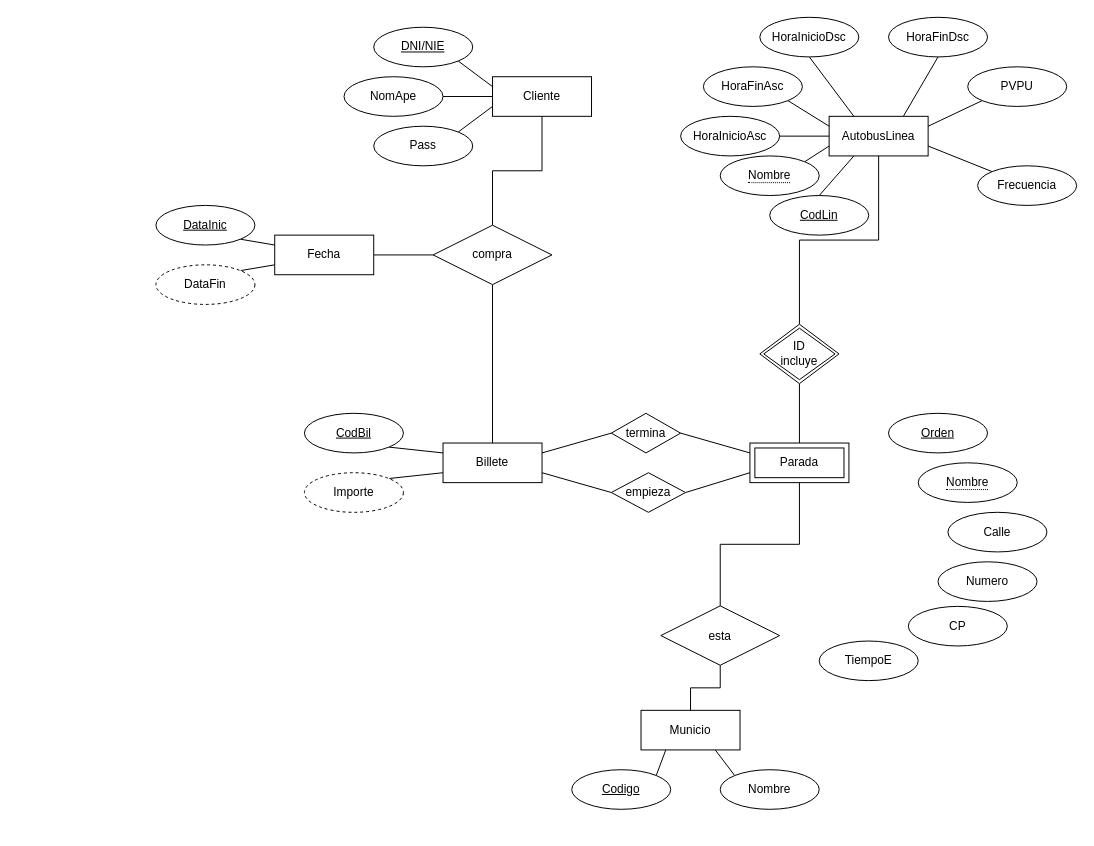
Before: Documentacion/diagramaBD.drawio in PetaldoiPorramador/ErronkaBus, a draw.io diagram. Source tidied: cells renumbered, new cells numbered last; positions are measured from the earlier drawing's top-left corner, leaving out a move shared by most shapes. Both pictures are drawn from the tidied source at 99%, with x=0, y=0 at pixel (155, 17).
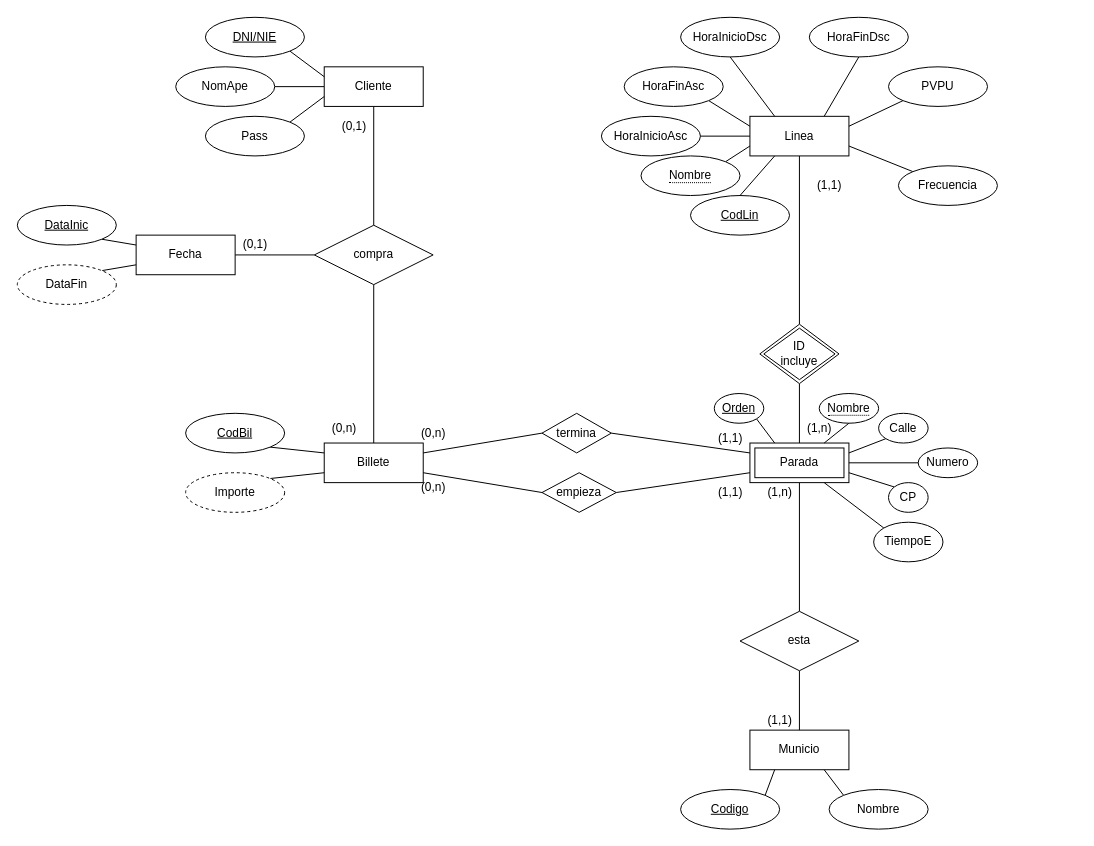
After the change.

The change refers to these unchanged cells:
```xml
<mxCell id="17" value="Parada" style="shape=ext;margin=3;double=1;whiteSpace=wrap;html=1;align=center;" parent="1" vertex="1">
  <mxGeometry x="600" y="430" width="100" height="40" as="geometry" />
</mxCell>
```

Diff of the diagram source:
```diff
@@
     <mxCell id="4" value="Cliente" style="whiteSpace=wrap;html=1;align=center;" parent="1" vertex="1">
-      <mxGeometry x="340" y="60" width="100" height="40" as="geometry" />
+      <mxGeometry x="170" y="50" width="100" height="40" as="geometry" />
     </mxCell>
     <mxCell id="5" value="NomApe" style="ellipse;whiteSpace=wrap;html=1;align=center;" parent="1" vertex="1">
-      <mxGeometry x="190" y="60" width="100" height="40" as="geometry" />
+      <mxGeometry x="20" y="50" width="100" height="40" as="geometry" />
     </mxCell>
@@
     <mxCell id="7" value="DNI/NIE" style="ellipse;whiteSpace=wrap;html=1;align=center;fontStyle=4;" parent="1" vertex="1">
-      <mxGeometry x="220" y="10" width="100" height="40" as="geometry" />
+      <mxGeometry x="50" width="100" height="40" as="geometry" />
     </mxCell>
@@
     <mxCell id="9" value="Pass" style="ellipse;whiteSpace=wrap;html=1;align=center;" parent="1" vertex="1">
-      <mxGeometry x="220" y="110" width="100" height="40" as="geometry" />
+      <mxGeometry x="50" y="100" width="100" height="40" as="geometry" />
     </mxCell>
@@
-    <mxCell id="11" value="AutobusLinea" style="whiteSpace=wrap;html=1;align=center;" parent="1" vertex="1">
-      <mxGeometry x="680" y="100" width="100" height="40" as="geometry" />
+    <mxCell id="11" value="Linea" style="whiteSpace=wrap;html=1;align=center;" parent="1" vertex="1">
+      <mxGeometry x="600" y="100" width="100" height="40" as="geometry" />
     </mxCell>
@@
     <mxCell id="13" value="CodLin" style="ellipse;whiteSpace=wrap;html=1;align=center;fontStyle=4;" parent="1" vertex="1">
-      <mxGeometry x="620" y="180" width="100" height="40" as="geometry" />
+      <mxGeometry x="540" y="180" width="100" height="40" as="geometry" />
     </mxCell>
@@
     <mxCell id="15" value="&lt;span style=&quot;border-bottom: 1px dotted&quot;&gt;Nombre&lt;/span&gt;" style="ellipse;whiteSpace=wrap;html=1;align=center;" parent="1" vertex="1">
-      <mxGeometry x="570" y="140" width="100" height="40" as="geometry" />
+      <mxGeometry x="490" y="140" width="100" height="40" as="geometry" />
     </mxCell>
@@
     <mxCell id="19" value="HoraInicioAsc" style="ellipse;whiteSpace=wrap;html=1;align=center;" parent="1" vertex="1">
-      <mxGeometry x="530" y="100" width="100" height="40" as="geometry" />
+      <mxGeometry x="450" y="100" width="100" height="40" as="geometry" />
     </mxCell>
@@
     <mxCell id="21" value="HoraFinAsc" style="ellipse;whiteSpace=wrap;html=1;align=center;" parent="1" vertex="1">
-      <mxGeometry x="553" y="50" width="100" height="40" as="geometry" />
+      <mxGeometry x="473" y="50" width="100" height="40" as="geometry" />
     </mxCell>
@@
     <mxCell id="23" value="HoraInicioDsc" style="ellipse;whiteSpace=wrap;html=1;align=center;" parent="1" vertex="1">
-      <mxGeometry x="610" width="100" height="40" as="geometry" />
+      <mxGeometry x="530" width="100" height="40" as="geometry" />
     </mxCell>
@@
     <mxCell id="25" value="HoraFinDsc" style="ellipse;whiteSpace=wrap;html=1;align=center;" parent="1" vertex="1">
-      <mxGeometry x="740" width="100" height="40" as="geometry" />
+      <mxGeometry x="660" width="100" height="40" as="geometry" />
     </mxCell>
@@
     <mxCell id="27" value="Frecuencia" style="ellipse;whiteSpace=wrap;html=1;align=center;" parent="1" vertex="1">
-      <mxGeometry x="830" y="150" width="100" height="40" as="geometry" />
+      <mxGeometry x="750" y="150" width="100" height="40" as="geometry" />
     </mxCell>
+    <mxCell id="64" style="edgeStyle=none;rounded=0;jettySize=auto;html=1;exitX=1;exitY=1;exitDx=0;exitDy=0;entryX=0.25;entryY=0;entryDx=0;entryDy=0;endArrow=none;endFill=0;" parent="1" edge="1" source="28" target="17">
+      <mxGeometry relative="1" as="geometry" />
+    </mxCell>
     <mxCell id="28" value="Orden" style="ellipse;whiteSpace=wrap;html=1;align=center;fontStyle=4;" parent="1" vertex="1">
-      <mxGeometry x="740" y="400" width="100" height="40" as="geometry" />
+      <mxGeometry x="564" y="380" width="50" height="30" as="geometry" />
     </mxCell>
+    <mxCell id="65" style="edgeStyle=none;rounded=0;jettySize=auto;html=1;exitX=0.5;exitY=1;exitDx=0;exitDy=0;entryX=0.75;entryY=0;entryDx=0;entryDy=0;endArrow=none;endFill=0;" parent="1" edge="1" source="29" target="17">
+      <mxGeometry relative="1" as="geometry" />
+    </mxCell>
     <mxCell id="29" value="&lt;span style=&quot;border-bottom: 1px dotted&quot;&gt;Nombre&lt;/span&gt;" style="ellipse;whiteSpace=wrap;html=1;align=center;" parent="1" vertex="1">
-      <mxGeometry x="770" y="450" width="100" height="40" as="geometry" />
+      <mxGeometry x="670" y="380" width="60" height="30" as="geometry" />
     </mxCell>
+    <mxCell id="66" style="edgeStyle=none;rounded=0;jettySize=auto;html=1;exitX=0;exitY=1;exitDx=0;exitDy=0;entryX=1;entryY=0.25;entryDx=0;entryDy=0;endArrow=none;endFill=0;" parent="1" edge="1" source="30" target="17">
+      <mxGeometry relative="1" as="geometry" />
+    </mxCell>
     <mxCell id="30" value="Calle" style="ellipse;whiteSpace=wrap;html=1;align=center;" parent="1" vertex="1">
-      <mxGeometry x="800" y="500" width="100" height="40" as="geometry" />
+      <mxGeometry x="730" y="400" width="50" height="30" as="geometry" />
     </mxCell>
+    <mxCell id="67" style="edgeStyle=none;rounded=0;jettySize=auto;html=1;exitX=0;exitY=0.5;exitDx=0;exitDy=0;entryX=1;entryY=0.5;entryDx=0;entryDy=0;endArrow=none;endFill=0;" parent="1" edge="1" source="31" target="17">
+      <mxGeometry relative="1" as="geometry" />
+    </mxCell>
     <mxCell id="31" value="Numero" style="ellipse;whiteSpace=wrap;html=1;align=center;" parent="1" vertex="1">
-      <mxGeometry x="790" y="550" width="100" height="40" as="geometry" />
+      <mxGeometry x="770" y="435" width="60" height="30" as="geometry" />
     </mxCell>
+    <mxCell id="68" style="edgeStyle=none;rounded=0;jettySize=auto;html=1;exitX=0;exitY=0;exitDx=0;exitDy=0;entryX=1;entryY=0.75;entryDx=0;entryDy=0;endArrow=none;endFill=0;" parent="1" edge="1" source="32" target="17">
+      <mxGeometry relative="1" as="geometry" />
+    </mxCell>
     <mxCell id="32" value="CP" style="ellipse;whiteSpace=wrap;html=1;align=center;" parent="1" vertex="1">
-      <mxGeometry x="760" y="595" width="100" height="40" as="geometry" />
+      <mxGeometry x="740" y="470" width="40" height="30" as="geometry" />
     </mxCell>
     <mxCell id="33" value="Municio" style="whiteSpace=wrap;html=1;align=center;" parent="1" vertex="1">
-      <mxGeometry x="490" y="700" width="100" height="40" as="geometry" />
+      <mxGeometry x="600" y="720" width="100" height="40" as="geometry" />
     </mxCell>
@@
     <mxCell id="35" value="Codigo" style="ellipse;whiteSpace=wrap;html=1;align=center;fontStyle=4;" parent="1" vertex="1">
-      <mxGeometry x="420" y="760" width="100" height="40" as="geometry" />
+      <mxGeometry x="530" y="780" width="100" height="40" as="geometry" />
     </mxCell>
@@
     <mxCell id="37" value="Nombre" style="ellipse;whiteSpace=wrap;html=1;align=center;" parent="1" vertex="1">
-      <mxGeometry x="570" y="760" width="100" height="40" as="geometry" />
+      <mxGeometry x="680" y="780" width="100" height="40" as="geometry" />
     </mxCell>
@@
     <mxCell id="41" value="esta" style="shape=rhombus;perimeter=rhombusPerimeter;whiteSpace=wrap;html=1;align=center;" parent="1" vertex="1">
-      <mxGeometry x="510" y="594.5" width="120" height="60" as="geometry" />
+      <mxGeometry x="590" y="600" width="120" height="60" as="geometry" />
     </mxCell>
@@
     <mxCell id="43" value="PVPU" style="ellipse;whiteSpace=wrap;html=1;align=center;" parent="1" vertex="1">
-      <mxGeometry x="820" y="50" width="100" height="40" as="geometry" />
+      <mxGeometry x="740" y="50" width="100" height="40" as="geometry" />
     </mxCell>
+    <mxCell id="69" style="edgeStyle=none;rounded=0;jettySize=auto;html=1;exitX=0;exitY=0;exitDx=0;exitDy=0;entryX=0.75;entryY=1;entryDx=0;entryDy=0;endArrow=none;endFill=0;" parent="1" edge="1" source="44" target="17">
+      <mxGeometry relative="1" as="geometry" />
+    </mxCell>
     <mxCell id="44" value="TiempoE" style="ellipse;whiteSpace=wrap;html=1;align=center;" parent="1" vertex="1">
-      <mxGeometry x="670" y="630" width="100" height="40" as="geometry" />
+      <mxGeometry x="725" y="510" width="70" height="40" as="geometry" />
     </mxCell>
     <mxCell id="45" value="Billete" style="whiteSpace=wrap;html=1;align=center;" parent="1" vertex="1">
-      <mxGeometry x="290" y="430" width="100" height="40" as="geometry" />
+      <mxGeometry x="170" y="430" width="100" height="40" as="geometry" />
     </mxCell>
@@
     <mxCell id="47" value="CodBil" style="ellipse;whiteSpace=wrap;html=1;align=center;fontStyle=4;" parent="1" vertex="1">
-      <mxGeometry x="150" y="400" width="100" height="40" as="geometry" />
+      <mxGeometry x="30" y="400" width="100" height="40" as="geometry" />
     </mxCell>
@@
     <mxCell id="49" value="compra" style="shape=rhombus;perimeter=rhombusPerimeter;whiteSpace=wrap;html=1;align=center;" parent="1" vertex="1">
-      <mxGeometry x="280" y="210" width="120" height="60" as="geometry" />
+      <mxGeometry x="160" y="210" width="120" height="60" as="geometry" />
     </mxCell>
@@
     <mxCell id="52" value="empieza" style="shape=rhombus;perimeter=rhombusPerimeter;whiteSpace=wrap;html=1;align=center;" parent="1" vertex="1">
-      <mxGeometry x="460" y="460" width="75" height="40" as="geometry" />
+      <mxGeometry x="390" y="460" width="75" height="40" as="geometry" />
     </mxCell>
@@
     <mxCell id="55" value="termina" style="shape=rhombus;perimeter=rhombusPerimeter;whiteSpace=wrap;html=1;align=center;" parent="1" vertex="1">
-      <mxGeometry x="460" y="400" width="70" height="40" as="geometry" />
+      <mxGeometry x="390" y="400" width="70" height="40" as="geometry" />
     </mxCell>
-    <mxCell id="56" style="edgeStyle=orthogonalEdgeStyle;rounded=0;jettySize=auto;html=1;exitX=1;exitY=0.5;exitDx=0;exitDy=0;entryX=0;entryY=0.5;entryDx=0;entryDy=0;endArrow=none;endFill=0;" parent="1" edge="1" source="57" target="49">
-      <mxGeometry relative="1" as="geometry" />
+    <mxCell id="56" style="edgeStyle=orthogonalEdgeStyle;rounded=0;jettySize=auto;html=1;exitX=1;exitY=0.5;exitDx=0;exitDy=0;entryX=0;entryY=0.5;entryDx=0;entryDy=0;endArrow=none;endFill=0;" parent="1" edge="1" source="57">
+      <mxGeometry relative="1" as="geometry">
+        <mxPoint x="70" y="240" as="targetPoint" />
+      </mxGeometry>
     </mxCell>
+    <mxCell id="70" style="edgeStyle=none;rounded=0;jettySize=auto;html=1;exitX=1;exitY=0.5;exitDx=0;exitDy=0;entryX=0;entryY=0.5;entryDx=0;entryDy=0;endArrow=none;endFill=0;" parent="1" edge="1" source="57" target="49">
+      <mxGeometry relative="1" as="geometry" />
+    </mxCell>
     <mxCell id="57" value="Fecha" style="whiteSpace=wrap;html=1;align=center;" parent="1" vertex="1">
-      <mxGeometry x="120" y="220" width="100" height="40" as="geometry" />
+      <mxGeometry x="-20" y="220" width="100" height="40" as="geometry" />
     </mxCell>
@@
     <mxCell id="59" value="&lt;u&gt;DataInic&lt;/u&gt;" style="ellipse;whiteSpace=wrap;html=1;align=center;" parent="1" vertex="1">
-      <mxGeometry y="190" width="100" height="40" as="geometry" />
+      <mxGeometry x="-140" y="190" width="100" height="40" as="geometry" />
     </mxCell>
@@
     <mxCell id="61" value="DataFin" style="ellipse;whiteSpace=wrap;html=1;align=center;dashed=1;" parent="1" vertex="1">
-      <mxGeometry y="250" width="100" height="40" as="geometry" />
+      <mxGeometry x="-140" y="250" width="100" height="40" as="geometry" />
     </mxCell>
@@
     <mxCell id="63" value="Importe" style="ellipse;whiteSpace=wrap;html=1;align=center;dashed=1;" parent="1" vertex="1">
-      <mxGeometry x="150" y="460" width="100" height="40" as="geometry" />
+      <mxGeometry x="30" y="460" width="100" height="40" as="geometry" />
     </mxCell>
+    <mxCell id="71" value="(0,1)" style="text;html=1;align=center;verticalAlign=middle;strokeColor=none;fillColor=none;" parent="1" vertex="1">
+      <mxGeometry x="180" y="100" width="40" height="20" as="geometry" />
+    </mxCell>
+    <mxCell id="72" value="(0,1)" style="text;html=1;align=center;verticalAlign=middle;strokeColor=none;fillColor=none;" parent="1" vertex="1">
+      <mxGeometry x="80" y="220" width="40" height="20" as="geometry" />
+    </mxCell>
+    <mxCell id="73" value="(0,n)" style="text;html=1;align=center;verticalAlign=middle;strokeColor=none;fillColor=none;" parent="1" vertex="1">
+      <mxGeometry x="170" y="405" width="40" height="20" as="geometry" />
+    </mxCell>
+    <mxCell id="74" value="(1,1)" style="text;html=1;align=center;verticalAlign=middle;strokeColor=none;fillColor=none;" parent="1" vertex="1">
+      <mxGeometry x="660" y="160" width="40" height="20" as="geometry" />
+    </mxCell>
+    <mxCell id="75" value="(1,n)" style="text;html=1;align=center;verticalAlign=middle;strokeColor=none;fillColor=none;" parent="1" vertex="1">
+      <mxGeometry x="650" y="405" width="40" height="20" as="geometry" />
+    </mxCell>
+    <mxCell id="76" value="(1,n)" style="text;html=1;align=center;verticalAlign=middle;strokeColor=none;fillColor=none;" parent="1" vertex="1">
+      <mxGeometry x="610" y="470" width="40" height="20" as="geometry" />
+    </mxCell>
+    <mxCell id="77" value="(1,1)" style="text;html=1;align=center;verticalAlign=middle;strokeColor=none;fillColor=none;" parent="1" vertex="1">
+      <mxGeometry x="610" y="700" width="40" height="20" as="geometry" />
+    </mxCell>
+    <mxCell id="78" value="(1,1)" style="text;html=1;align=center;verticalAlign=middle;strokeColor=none;fillColor=none;" parent="1" vertex="1">
+      <mxGeometry x="560" y="415" width="40" height="20" as="geometry" />
+    </mxCell>
+    <mxCell id="79" value="(1,1)" style="text;html=1;align=center;verticalAlign=middle;strokeColor=none;fillColor=none;" parent="1" vertex="1">
+      <mxGeometry x="560" y="470" width="40" height="20" as="geometry" />
+    </mxCell>
+    <mxCell id="80" value="(0,n)" style="text;html=1;align=center;verticalAlign=middle;strokeColor=none;fillColor=none;" parent="1" vertex="1">
+      <mxGeometry x="260" y="410" width="40" height="20" as="geometry" />
+    </mxCell>
+    <mxCell id="81" value="(0,n)" style="text;html=1;align=center;verticalAlign=middle;strokeColor=none;fillColor=none;" parent="1" vertex="1">
+      <mxGeometry x="260" y="465" width="40" height="20" as="geometry" />
+    </mxCell>
```
